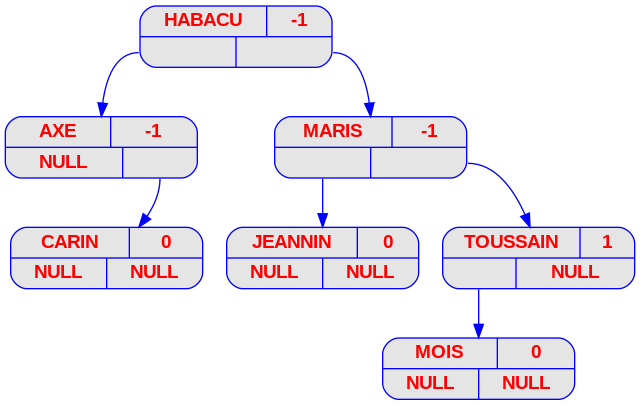
Above: ex1/img/png/prenoms_v06.png in danilorodrigues128/FilRougeAAP (Graphviz), before the change. Its source is kept beside it as ex1/img/dot/prenoms_v06.dot.
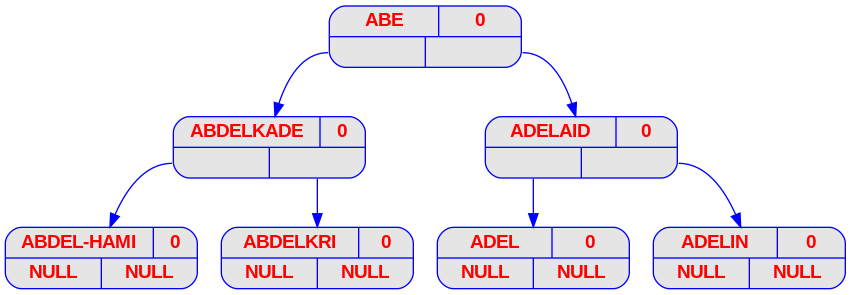
After the change.

Change to the diagram source:
```diff
@@ -14,22 +14,21 @@
 		color     = "blue"
 	]
 
-	HABACU [label = "{{<c> HABACU | <b> -1} | { <g> | <d>}}"];
-	HABACU:g -> AXE;
-	AXE [label = "{{<c> AXE | <b> -1} | { <g> | <d>}}"];
-	AXE [label = "{{<c> AXE | <b> -1} | { <g> NULL | <d> }}"];
-	AXE:d -> CARIN;
-	CARIN [label = "{{<c> CARIN | <b> 0} | { <g> | <d>}}"];
-	CARIN [label = "{{<c> CARIN | <b> 0} | { <g> NULL | <d> NULL}}"];
-	HABACU:d -> MARIS;
-	MARIS [label = "{{<c> MARIS | <b> -1} | { <g> | <d>}}"];
-	MARIS:g -> JEANNIN;
-	JEANNIN [label = "{{<c> JEANNIN | <b> 0} | { <g> | <d>}}"];
-	JEANNIN [label = "{{<c> JEANNIN | <b> 0} | { <g> NULL | <d> NULL}}"];
-	MARIS:d -> TOUSSAIN;
-	TOUSSAIN [label = "{{<c> TOUSSAIN | <b> 1} | { <g> | <d>}}"];
-	TOUSSAIN [label = "{{<c> TOUSSAIN | <b> 1} | { <g> | <d> NULL}}"];
-	TOUSSAIN:g -> MOIS;
-	MOIS [label = "{{<c> MOIS | <b> 0} | { <g> | <d>}}"];
-	MOIS [label = "{{<c> MOIS | <b> 0} | { <g> NULL | <d> NULL}}"];
+	"ABE" [label = "{{<c> ABE | <b> 0} | { <g> | <d>}}"];
+	"ABE":g -> "ABDELKADE";
+	"ABDELKADE" [label = "{{<c> ABDELKADE | <b> 0} | { <g> | <d>}}"];
+	"ABDELKADE":g -> "ABDEL-HAMI";
+	"ABDEL-HAMI" [label = "{{<c> ABDEL-HAMI | <b> 0} | { <g> | <d>}}"];
+	"ABDEL-HAMI" [label = "{{<c> ABDEL-HAMI | <b> 0} | { <g> NULL | <d> NULL}}"];
+	"ABDELKADE":d -> "ABDELKRI";
+	"ABDELKRI" [label = "{{<c> ABDELKRI | <b> 0} | { <g> | <d>}}"];
+	"ABDELKRI" [label = "{{<c> ABDELKRI | <b> 0} | { <g> NULL | <d> NULL}}"];
+	"ABE":d -> "ADELAID";
+	"ADELAID" [label = "{{<c> ADELAID | <b> 0} | { <g> | <d>}}"];
+	"ADELAID":g -> "ADEL";
+	"ADEL" [label = "{{<c> ADEL | <b> 0} | { <g> | <d>}}"];
+	"ADEL" [label = "{{<c> ADEL | <b> 0} | { <g> NULL | <d> NULL}}"];
+	"ADELAID":d -> "ADELIN";
+	"ADELIN" [label = "{{<c> ADELIN | <b> 0} | { <g> | <d>}}"];
+	"ADELIN" [label = "{{<c> ADELIN | <b> 0} | { <g> NULL | <d> NULL}}"];
 }
```
